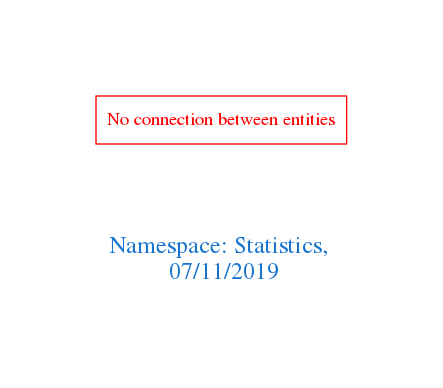
Above: downloads/Statistics.png in arago/OGIT (Graphviz), before the change. Its source is kept beside it as downloads/Statistics.dot.
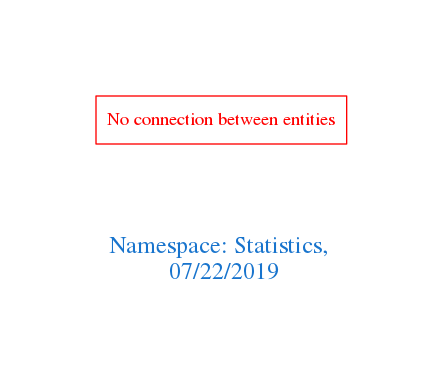
After the change.

What changed in the source:
```diff
@@ -1,7 +1,7 @@
 digraph OGIT_ontology {
  graph [ rankdir= LR,pad=1
 fontsize = 18,
-fontcolor= dodgerblue3,label = "\n\n\nNamespace: Statistics, \n 07/11/2019"];
+fontcolor= dodgerblue3,label = "\n\n\nNamespace: Statistics, \n 07/22/2019"];
 node[shape=polygon];
 edge [  color="gray81"];
 
```
